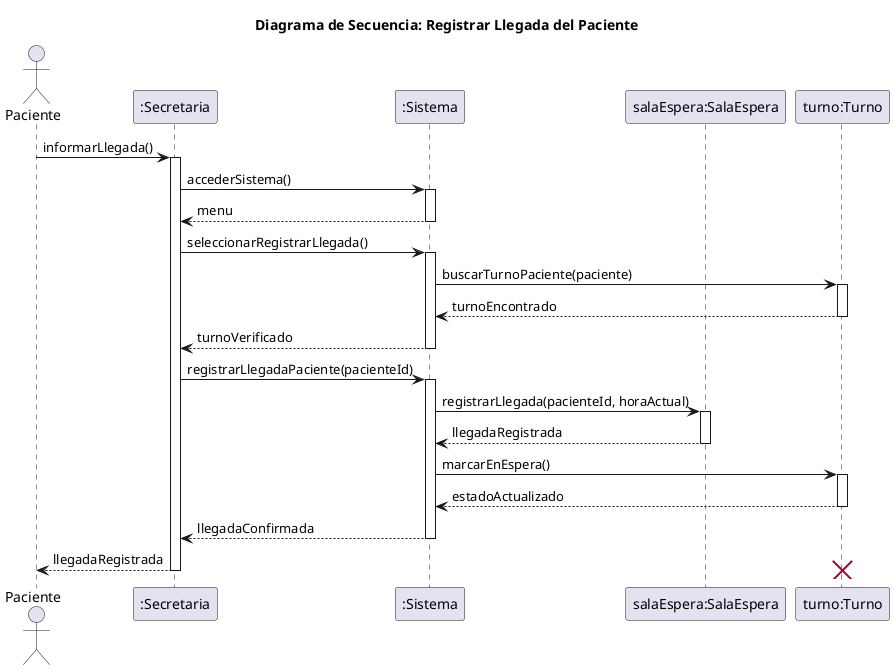
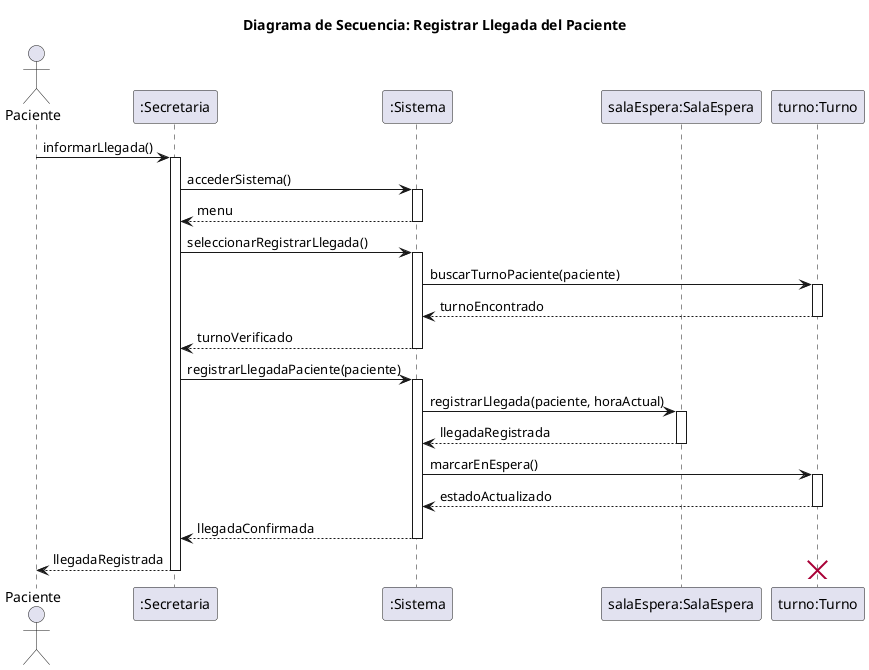
@startuml
title Diagrama de Secuencia: Registrar Llegada del Paciente

actor Paciente
participant ":Secretaria" as secretaria
participant ":Sistema" as sistema
participant "salaEspera:SalaEspera" as salaEspera
participant "turno:Turno" as turno

Paciente -> secretaria: informarLlegada()
activate secretaria
secretaria -> sistema: accederSistema()
activate sistema
sistema --> secretaria: menu
deactivate sistema
secretaria -> sistema: seleccionarRegistrarLlegada()
activate sistema
sistema -> turno: buscarTurnoPaciente(paciente)
activate turno
turno --> sistema: turnoEncontrado
deactivate turno
sistema --> secretaria: turnoVerificado
deactivate sistema
- secretaria -> sistema: registrarLlegadaPaciente(pacienteId)
+ secretaria -> sistema: registrarLlegadaPaciente(paciente)
activate sistema
- sistema -> salaEspera: registrarLlegada(pacienteId, horaActual)
+ sistema -> salaEspera: registrarLlegada(paciente, horaActual)
activate salaEspera
salaEspera --> sistema: llegadaRegistrada
deactivate salaEspera
sistema -> turno: marcarEnEspera()
activate turno
turno --> sistema: estadoActualizado
deactivate turno
sistema --> secretaria: llegadaConfirmada
deactivate sistema
secretaria --> Paciente: llegadaRegistrada
deactivate secretaria

destroy turno
@enduml